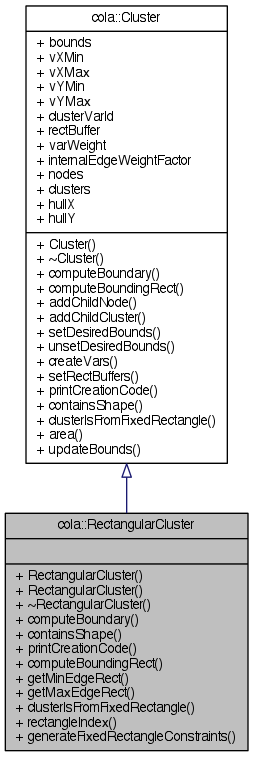
Before: documentation/classcola_1_1RectangularCluster__inherit__graph.png, a diagram exported from Graphviz (mjwybrow/adaptagrams). Its source is kept beside it as documentation/classcola_1_1RectangularCluster__inherit__graph.dot. The source it was exported from:
```dot
digraph "cola::RectangularCluster"
{
  edge [fontname="Helvetica",fontsize="10",labelfontname="Helvetica",labelfontsize="10"];
  node [fontname="Helvetica",fontsize="10",shape=record];
  Node1 [label="{cola::RectangularCluster\n||+ RectangularCluster()\l+ RectangularCluster()\l+ ~RectangularCluster()\l+ computeBoundary()\l+ containsShape()\l+ printCreationCode()\l+ computeBoundingRect()\l+ getMinEdgeRect()\l+ getMaxEdgeRect()\l+ clusterIsFromFixedRectangle()\l+ rectangleIndex()\l+ generateFixedRectangleConstraints()\l}",height=0.2,width=0.4,color="black", fillcolor="grey75", style="filled" fontcolor="black"];
  Node2 -> Node1 [dir="back",color="midnightblue",fontsize="10",style="solid",arrowtail="onormal",fontname="Helvetica"];
  Node2 [label="{cola::Cluster\n|+ bounds\l+ vXMin\l+ vXMax\l+ vYMin\l+ vYMax\l+ clusterVarId\l+ rectBuffer\l+ varWeight\l+ internalEdgeWeightFactor\l+ nodes\l+ clusters\l+ hullX\l+ hullY\l|+ Cluster()\l+ ~Cluster()\l+ computeBoundary()\l+ computeBoundingRect()\l+ addChildNode()\l+ addChildCluster()\l+ setDesiredBounds()\l+ unsetDesiredBounds()\l+ createVars()\l+ setRectBuffers()\l+ printCreationCode()\l+ containsShape()\l+ clusterIsFromFixedRectangle()\l+ area()\l+ updateBounds()\l}",height=0.2,width=0.4,color="black", fillcolor="white", style="filled",URL="$classcola_1_1Cluster.html",tooltip="A cluster defines a hierarchical partitioning over the nodes which should be kept disjoint by the lay..."];
}
```
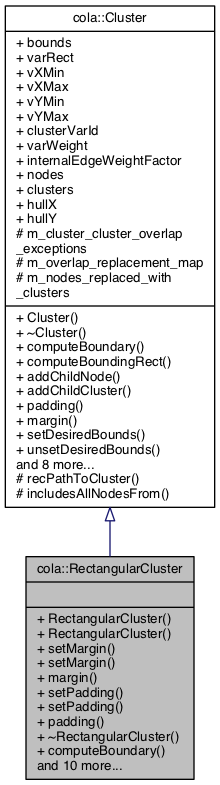
Above is the later version.

Diff of the diagram source:
```diff
@@ -2,7 +2,7 @@
 {
   edge [fontname="Helvetica",fontsize="10",labelfontname="Helvetica",labelfontsize="10"];
   node [fontname="Helvetica",fontsize="10",shape=record];
-  Node1 [label="{cola::RectangularCluster\n||+ RectangularCluster()\l+ RectangularCluster()\l+ ~RectangularCluster()\l+ computeBoundary()\l+ containsShape()\l+ printCreationCode()\l+ computeBoundingRect()\l+ getMinEdgeRect()\l+ getMaxEdgeRect()\l+ clusterIsFromFixedRectangle()\l+ rectangleIndex()\l+ generateFixedRectangleConstraints()\l}",height=0.2,width=0.4,color="black", fillcolor="grey75", style="filled" fontcolor="black"];
+  Node1 [label="{cola::RectangularCluster\n||+ RectangularCluster()\l+ RectangularCluster()\l+ setMargin()\l+ setMargin()\l+ margin()\l+ setPadding()\l+ setPadding()\l+ padding()\l+ ~RectangularCluster()\l+ computeBoundary()\land 10 more...\l}",height=0.2,width=0.4,color="black", fillcolor="grey75", style="filled", fontcolor="black"];
   Node2 -> Node1 [dir="back",color="midnightblue",fontsize="10",style="solid",arrowtail="onormal",fontname="Helvetica"];
-  Node2 [label="{cola::Cluster\n|+ bounds\l+ vXMin\l+ vXMax\l+ vYMin\l+ vYMax\l+ clusterVarId\l+ rectBuffer\l+ varWeight\l+ internalEdgeWeightFactor\l+ nodes\l+ clusters\l+ hullX\l+ hullY\l|+ Cluster()\l+ ~Cluster()\l+ computeBoundary()\l+ computeBoundingRect()\l+ addChildNode()\l+ addChildCluster()\l+ setDesiredBounds()\l+ unsetDesiredBounds()\l+ createVars()\l+ setRectBuffers()\l+ printCreationCode()\l+ containsShape()\l+ clusterIsFromFixedRectangle()\l+ area()\l+ updateBounds()\l}",height=0.2,width=0.4,color="black", fillcolor="white", style="filled",URL="$classcola_1_1Cluster.html",tooltip="A cluster defines a hierarchical partitioning over the nodes which should be kept disjoint by the lay..."];
+  Node2 [label="{cola::Cluster\n|+ bounds\l+ varRect\l+ vXMin\l+ vXMax\l+ vYMin\l+ vYMax\l+ clusterVarId\l+ varWeight\l+ internalEdgeWeightFactor\l+ nodes\l+ clusters\l+ hullX\l+ hullY\l# m_cluster_cluster_overlap\l_exceptions\l# m_overlap_replacement_map\l# m_nodes_replaced_with\l_clusters\l|+ Cluster()\l+ ~Cluster()\l+ computeBoundary()\l+ computeBoundingRect()\l+ addChildNode()\l+ addChildCluster()\l+ padding()\l+ margin()\l+ setDesiredBounds()\l+ unsetDesiredBounds()\land 8 more...\l# recPathToCluster()\l# includesAllNodesFrom()\l}",height=0.2,width=0.4,color="black", fillcolor="white", style="filled",URL="$classcola_1_1Cluster.html",tooltip="A cluster defines a hierarchical partitioning over the nodes which should be kept disjoint by the lay..."];
 }
```
